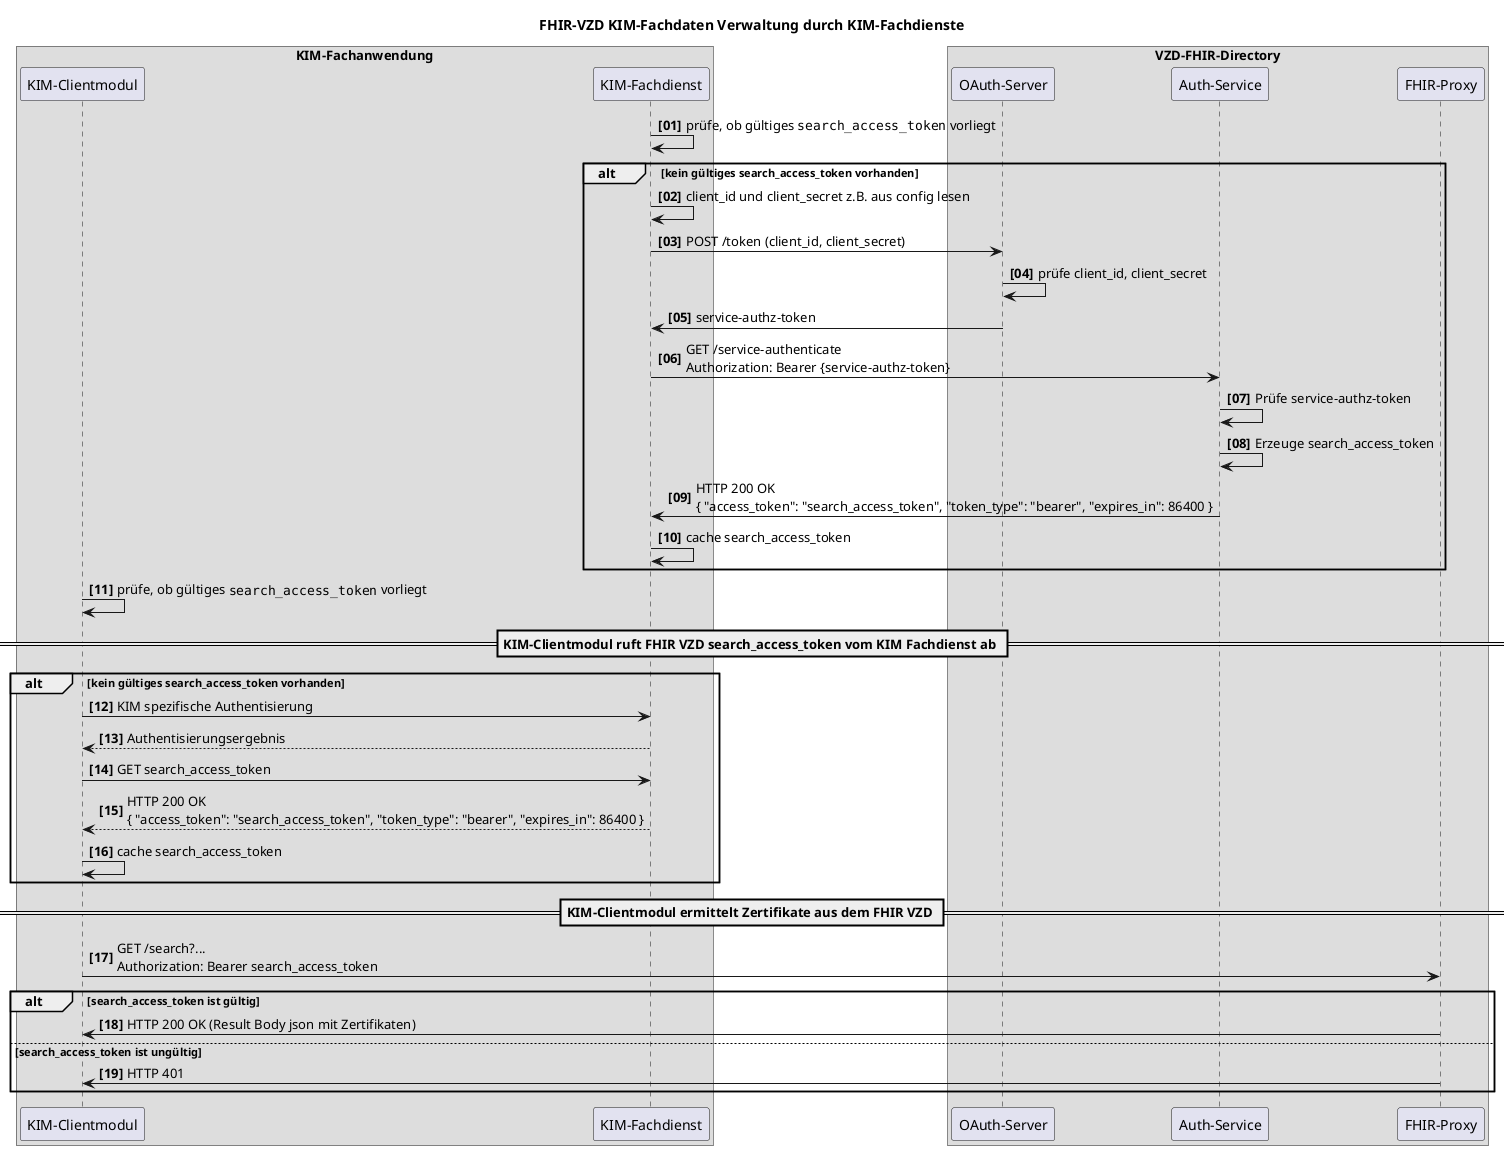
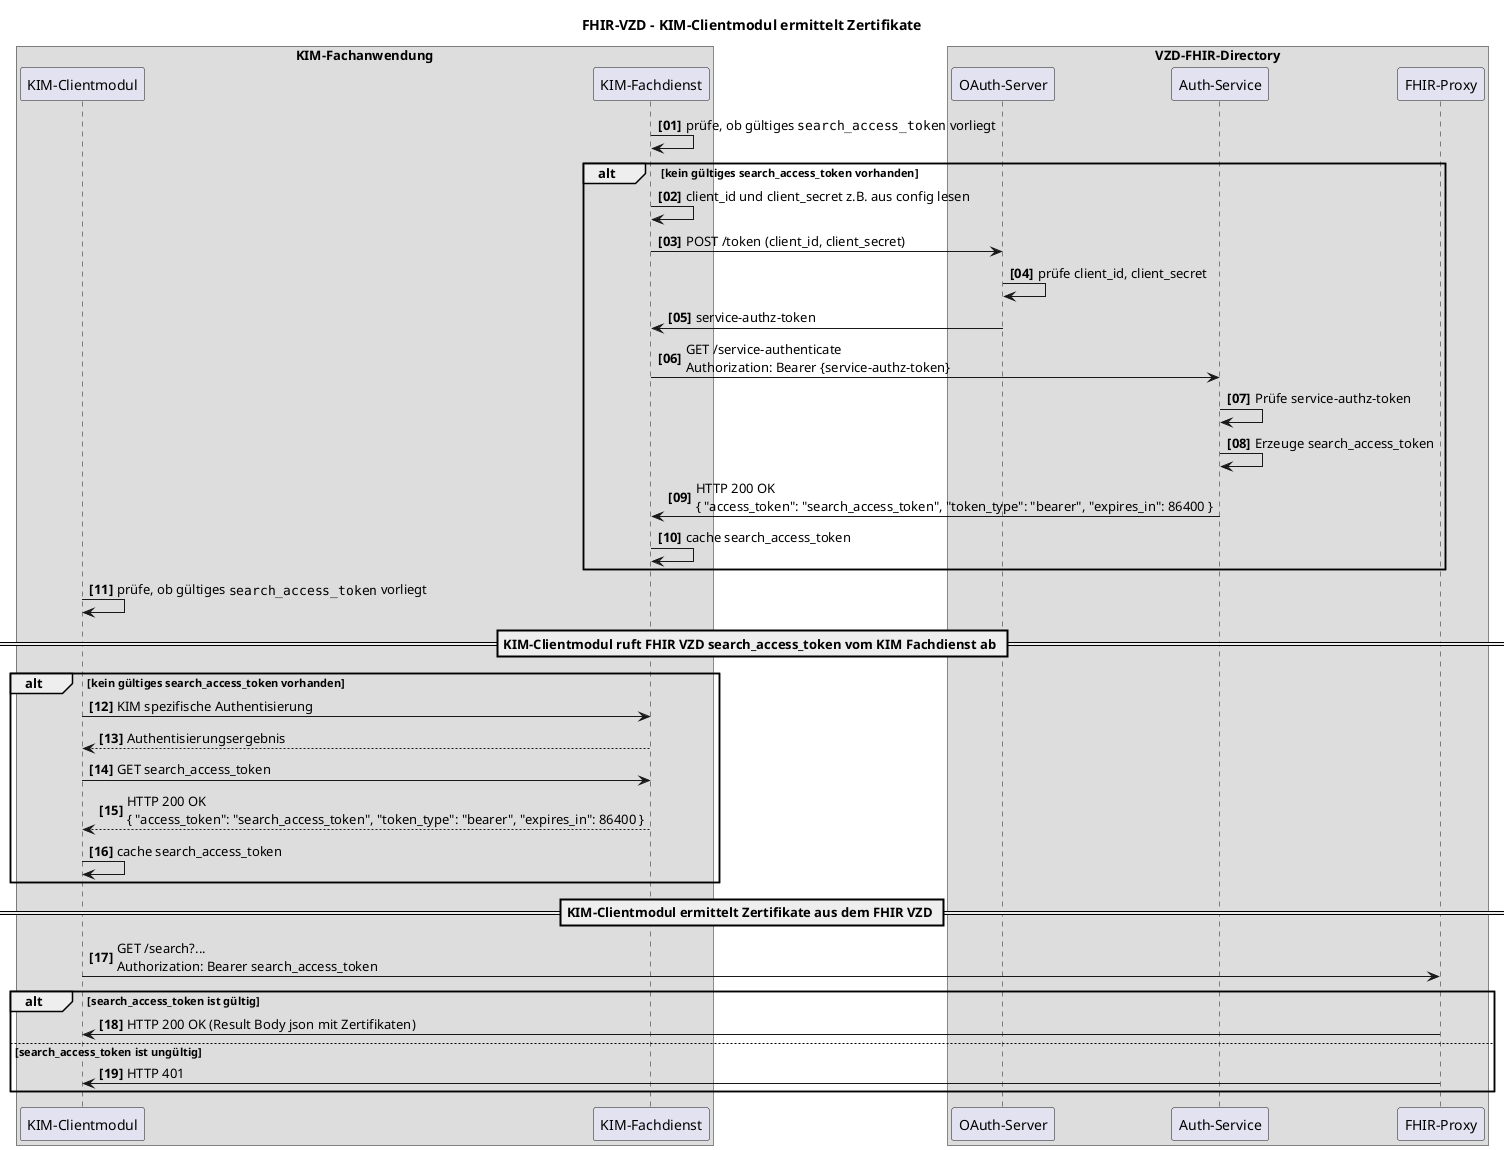
@startuml
autonumber "<b>[00]"

box KIM-Fachanwendung
participant "KIM-Clientmodul" as Client
participant "KIM-Fachdienst" as Fachdienst
end box

box VZD-FHIR-Directory
participant "OAuth-Server" as OAuth
participant "Auth-Service" as Auth
participant "FHIR-Proxy" as Proxy
end box

- title FHIR-VZD KIM-Fachdaten Verwaltung durch KIM-Fachdienste
+ title FHIR-VZD - KIM-Clientmodul ermittelt Zertifikate

Fachdienst -> Fachdienst: prüfe, ob gültiges ""search_access_token"" vorliegt

alt kein gültiges search_access_token vorhanden
    Fachdienst -> Fachdienst: client_id und client_secret z.B. aus config lesen
    Fachdienst -> OAuth: POST /token (client_id, client_secret)
    OAuth -> OAuth: prüfe client_id, client_secret
    OAuth -> Fachdienst: service-authz-token
    Fachdienst -> Auth: GET /service-authenticate\nAuthorization: Bearer {service-authz-token}
    Auth -> Auth: Prüfe service-authz-token
    Auth -> Auth: Erzeuge search_access_token
    Auth -> Fachdienst: HTTP 200 OK\n{ "access_token": "search_access_token", "token_type": "bearer", "expires_in": 86400 }
    Fachdienst -> Fachdienst: cache search_access_token
end

Client -> Client: prüfe, ob gültiges ""search_access_token"" vorliegt

== KIM-Clientmodul ruft FHIR VZD search_access_token vom KIM Fachdienst ab ==

alt kein gültiges search_access_token vorhanden
    Client -> Fachdienst: KIM spezifische Authentisierung
    Fachdienst --> Client: Authentisierungsergebnis
    Client -> Fachdienst: GET search_access_token
    Fachdienst --> Client: HTTP 200 OK\n{ "access_token": "search_access_token", "token_type": "bearer", "expires_in": 86400 }
    Client -> Client: cache search_access_token
end

== KIM-Clientmodul ermittelt Zertifikate aus dem FHIR VZD ==

Client -> Proxy: GET /search?... \nAuthorization: Bearer search_access_token

alt search_access_token ist gültig
    Proxy -> Client: HTTP 200 OK (Result Body json mit Zertifikaten)
else search_access_token ist ungültig
    Proxy -> Client: HTTP 401
end

@enduml
